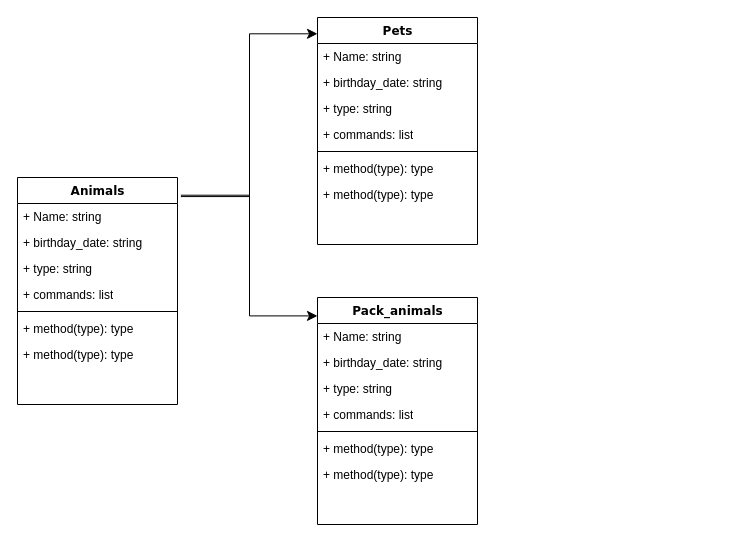
This is src/main/java/DZ_ITOG2/class_diagramm.drawio from pavelkabakov/lessons_JAVA, a draw.io file, before an edit. Source tidied: cells renumbered, new cells numbered last; positions are measured from the earlier drawing's top-left corner, leaving out a move shared by most shapes. Both pictures are drawn from the tidied source at 100%, with x=0, y=0 at pixel (17, 17).
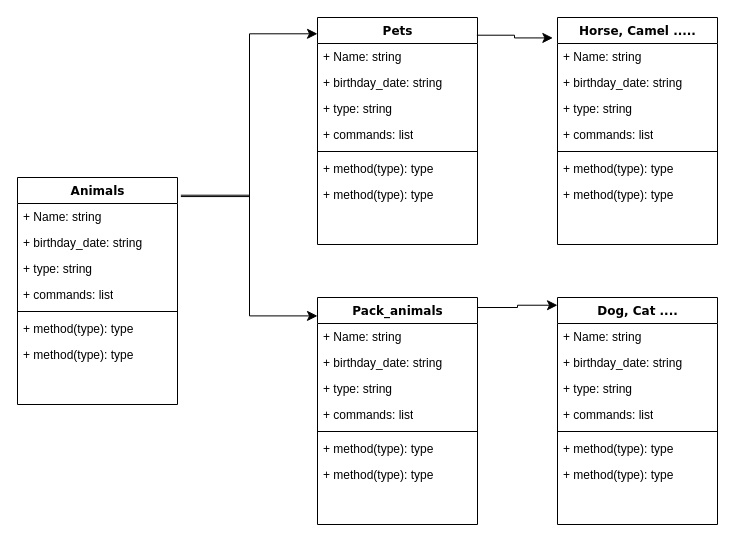
After the change.

The change refers to these unchanged cells:
```xml
<mxCell id="12" value="Pets" style="swimlane;html=1;fontStyle=1;align=center;verticalAlign=top;horizontal=1;startSize=26;swimlaneFillColor=#ffffff;rounded=0;shadow=0;comic=0;labelBackgroundColor=none;strokeWidth=1;fillColor=none;fontFamily=Verdana;fontSize=12;" parent="1" vertex="1">
  <mxGeometry x="300" width="160" height="227" as="geometry" />
</mxCell>
```

The edit, as a diff of the source:
```diff
@@
+    <mxCell id="28" value="Horse, Camel ....." style="swimlane;html=1;fontStyle=1;align=center;verticalAlign=top;horizontal=1;startSize=26;swimlaneFillColor=#ffffff;rounded=0;shadow=0;comic=0;labelBackgroundColor=none;strokeWidth=1;fillColor=none;fontFamily=Verdana;fontSize=12;" parent="1" vertex="1">
+      <mxGeometry x="540" width="160" height="227" as="geometry" />
+    </mxCell>
+    <mxCell id="29" value="+ Name: string" style="text;html=1;strokeColor=none;fillColor=none;align=left;verticalAlign=top;spacingLeft=4;spacingRight=4;whiteSpace=wrap;overflow=hidden;" parent="28" vertex="1">
+      <mxGeometry y="26" width="160" height="26" as="geometry" />
+    </mxCell>
+    <mxCell id="30" value="+ birthday_date: string" style="text;html=1;strokeColor=none;fillColor=none;align=left;verticalAlign=top;spacingLeft=4;spacingRight=4;whiteSpace=wrap;overflow=hidden;" parent="28" vertex="1">
+      <mxGeometry y="52" width="160" height="26" as="geometry" />
+    </mxCell>
+    <mxCell id="31" value="+ type: string" style="text;html=1;strokeColor=none;fillColor=none;align=left;verticalAlign=top;spacingLeft=4;spacingRight=4;whiteSpace=wrap;overflow=hidden;" parent="28" vertex="1">
+      <mxGeometry y="78" width="160" height="26" as="geometry" />
+    </mxCell>
+    <mxCell id="32" value="+ commands: list" style="text;html=1;strokeColor=none;fillColor=none;align=left;verticalAlign=top;spacingLeft=4;spacingRight=4;whiteSpace=wrap;overflow=hidden;" parent="28" vertex="1">
+      <mxGeometry y="104" width="160" height="26" as="geometry" />
+    </mxCell>
+    <mxCell id="33" style="line;html=1;strokeWidth=1;fillColor=none;align=left;verticalAlign=middle;spacingTop=-1;spacingLeft=3;spacingRight=3;labelPosition=right;" parent="28" vertex="1">
+      <mxGeometry y="130" width="160" height="8" as="geometry" />
+    </mxCell>
+    <mxCell id="34" value="+ method(type): type" style="text;html=1;strokeColor=none;fillColor=none;align=left;verticalAlign=top;spacingLeft=4;spacingRight=4;whiteSpace=wrap;overflow=hidden;" parent="28" vertex="1">
+      <mxGeometry y="138" width="160" height="26" as="geometry" />
+    </mxCell>
+    <mxCell id="35" value="+ method(type): type" style="text;html=1;strokeColor=none;fillColor=none;align=left;verticalAlign=top;spacingLeft=4;spacingRight=4;whiteSpace=wrap;overflow=hidden;" parent="28" vertex="1">
+      <mxGeometry y="164" width="160" height="26" as="geometry" />
+    </mxCell>
+    <mxCell id="36" value="Dog, Cat ...." style="swimlane;html=1;fontStyle=1;align=center;verticalAlign=top;horizontal=1;startSize=26;swimlaneFillColor=#ffffff;rounded=0;shadow=0;comic=0;labelBackgroundColor=none;strokeWidth=1;fillColor=none;fontFamily=Verdana;fontSize=12;" parent="1" vertex="1">
+      <mxGeometry x="540" y="280" width="160" height="227" as="geometry" />
+    </mxCell>
+    <mxCell id="37" value="+ Name: string" style="text;html=1;strokeColor=none;fillColor=none;align=left;verticalAlign=top;spacingLeft=4;spacingRight=4;whiteSpace=wrap;overflow=hidden;" parent="36" vertex="1">
+      <mxGeometry y="26" width="160" height="26" as="geometry" />
+    </mxCell>
+    <mxCell id="38" value="+ birthday_date: string" style="text;html=1;strokeColor=none;fillColor=none;align=left;verticalAlign=top;spacingLeft=4;spacingRight=4;whiteSpace=wrap;overflow=hidden;" parent="36" vertex="1">
+      <mxGeometry y="52" width="160" height="26" as="geometry" />
+    </mxCell>
+    <mxCell id="39" value="+ type: string" style="text;html=1;strokeColor=none;fillColor=none;align=left;verticalAlign=top;spacingLeft=4;spacingRight=4;whiteSpace=wrap;overflow=hidden;" parent="36" vertex="1">
+      <mxGeometry y="78" width="160" height="26" as="geometry" />
+    </mxCell>
+    <mxCell id="40" value="+ commands: list" style="text;html=1;strokeColor=none;fillColor=none;align=left;verticalAlign=top;spacingLeft=4;spacingRight=4;whiteSpace=wrap;overflow=hidden;" parent="36" vertex="1">
+      <mxGeometry y="104" width="160" height="26" as="geometry" />
+    </mxCell>
+    <mxCell id="41" style="line;html=1;strokeWidth=1;fillColor=none;align=left;verticalAlign=middle;spacingTop=-1;spacingLeft=3;spacingRight=3;labelPosition=right;" parent="36" vertex="1">
+      <mxGeometry y="130" width="160" height="8" as="geometry" />
+    </mxCell>
+    <mxCell id="42" value="+ method(type): type" style="text;html=1;strokeColor=none;fillColor=none;align=left;verticalAlign=top;spacingLeft=4;spacingRight=4;whiteSpace=wrap;overflow=hidden;" parent="36" vertex="1">
+      <mxGeometry y="138" width="160" height="26" as="geometry" />
+    </mxCell>
+    <mxCell id="43" value="+ method(type): type" style="text;html=1;strokeColor=none;fillColor=none;align=left;verticalAlign=top;spacingLeft=4;spacingRight=4;whiteSpace=wrap;overflow=hidden;" parent="36" vertex="1">
+      <mxGeometry y="164" width="160" height="26" as="geometry" />
+    </mxCell>
+    <mxCell id="44" style="edgeStyle=elbowEdgeStyle;elbow=horizontal;endArrow=classic;html=1;curved=0;rounded=0;endSize=8;startSize=8;entryX=0;entryY=0.034;entryDx=0;entryDy=0;entryPerimeter=0;" parent="1" edge="1" target="36">
+      <mxGeometry relative="1" as="geometry">
+        <mxPoint x="460" y="290" as="sourcePoint" />
+      </mxGeometry>
+    </mxCell>
+    <mxCell id="45" style="edgeStyle=elbowEdgeStyle;elbow=horizontal;endArrow=classic;html=1;curved=0;rounded=0;endSize=8;startSize=8;entryX=-0.029;entryY=0.09;entryDx=0;entryDy=0;entryPerimeter=0;exitX=0.996;exitY=0.078;exitDx=0;exitDy=0;exitPerimeter=0;" parent="1" edge="1" source="12" target="28">
+      <mxGeometry relative="1" as="geometry" />
+    </mxCell>
```
